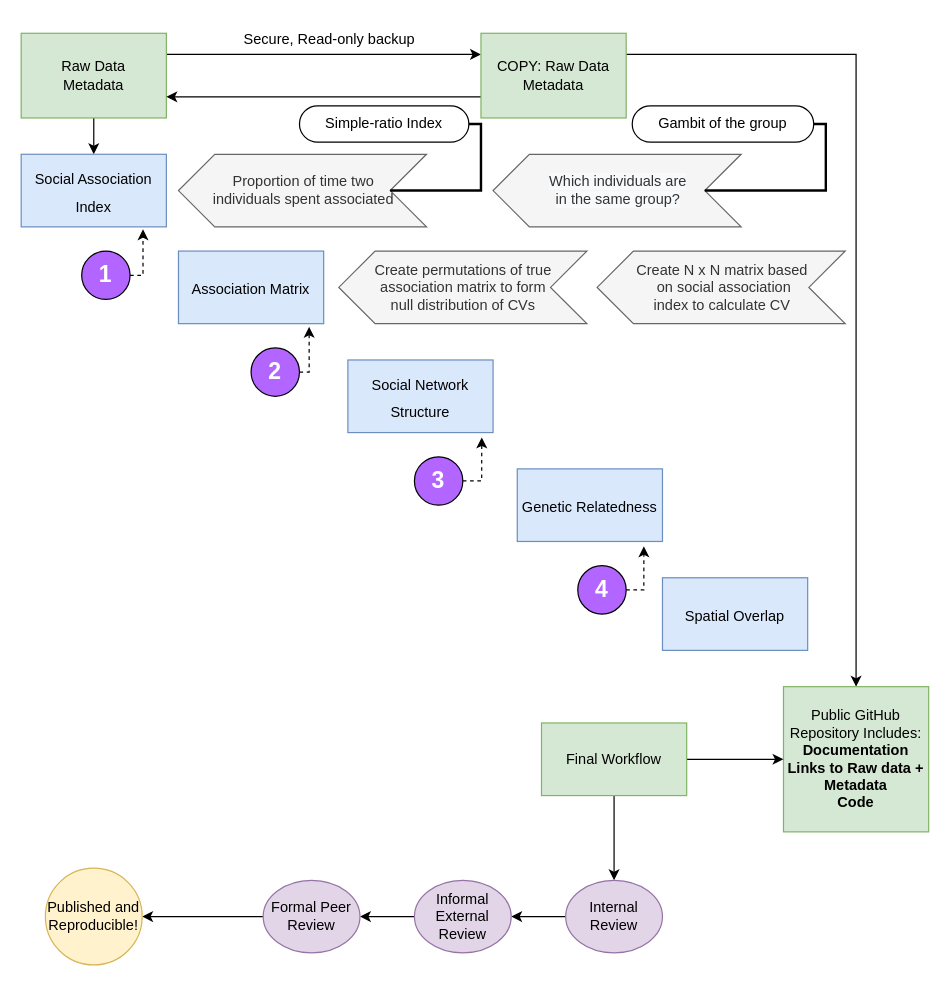
bankheak/Dolphins keeps this draw.io diagram as WorkFlowDiagram/WorkFlowDiagram.drawio. Above is the earlier version. Source tidied: cells renumbered, new cells numbered last; positions are measured from the earlier drawing's top-left corner, leaving out a move shared by most shapes. Both pictures are drawn from the tidied source at 121%, with x=0, y=0 at pixel (21, 21).
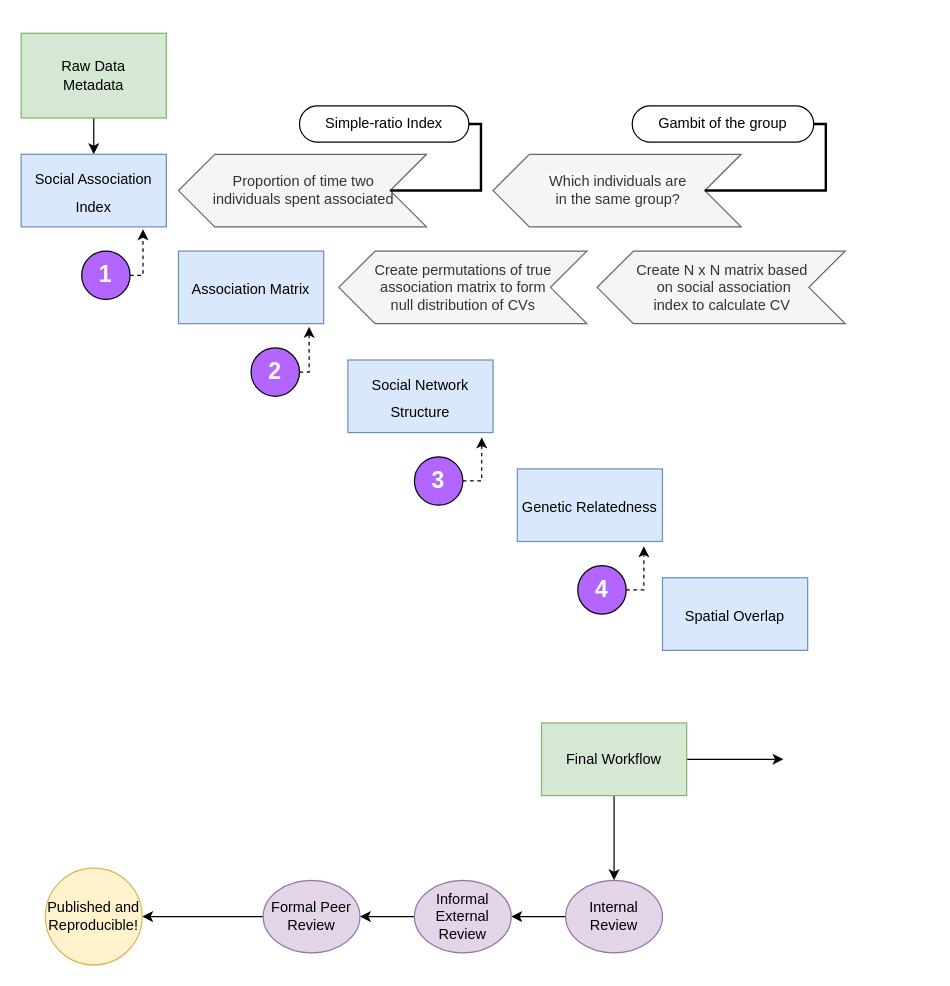
After the change.

Commit message:
get rid of raw data info

The change refers to these unchanged cells:
```xml
<mxCell id="4" value="Raw Data&lt;br&gt;Metadata" style="rounded=0;whiteSpace=wrap;html=1;fillColor=#d5e8d4;strokeColor=#82b366;" parent="1" vertex="1">
  <mxGeometry y="10" width="120" height="70" as="geometry" />
</mxCell>
<mxCell id="12" value="Final Workflow" style="rounded=0;whiteSpace=wrap;html=1;strokeColor=#82b366;fillColor=#d5e8d4;" parent="1" vertex="1">
  <mxGeometry x="430" y="580" width="120" height="60" as="geometry" />
</mxCell>
```

The edit, as a diff of the source:
```diff
@@
-    <mxCell id="2" style="edgeStyle=orthogonalEdgeStyle;rounded=0;jettySize=auto;html=1;exitX=1;exitY=0.25;exitDx=0;exitDy=0;entryX=0;entryY=0.25;entryDx=0;entryDy=0;" parent="1" edge="1" source="4" target="7">
-      <mxGeometry relative="1" as="geometry" />
-    </mxCell>
@@
-    <mxCell id="5" style="edgeStyle=orthogonalEdgeStyle;rounded=0;jettySize=auto;html=1;exitX=0;exitY=0.75;exitDx=0;exitDy=0;entryX=1;entryY=0.75;entryDx=0;entryDy=0;" parent="1" edge="1" source="7" target="4">
-      <mxGeometry relative="1" as="geometry" />
-    </mxCell>
-    <mxCell id="6" style="edgeStyle=orthogonalEdgeStyle;rounded=0;jettySize=auto;html=1;exitX=1;exitY=0.25;exitDx=0;exitDy=0;entryX=0.5;entryY=0;entryDx=0;entryDy=0;" parent="1" edge="1" source="7" target="9">
-      <mxGeometry relative="1" as="geometry" />
-    </mxCell>
-    <mxCell id="7" value="COPY: Raw Data&lt;br&gt;Metadata" style="rounded=0;whiteSpace=wrap;html=1;strokeColor=#82b366;fillColor=#d5e8d4;" parent="1" vertex="1">
-      <mxGeometry x="380" y="10" width="120" height="70" as="geometry" />
-    </mxCell>
-    <mxCell id="8" value="Secure, Read-only backup" style="text;html=1;strokeColor=none;fillColor=none;align=center;verticalAlign=middle;whiteSpace=wrap;rounded=0;" parent="1" vertex="1">
-      <mxGeometry x="160" width="190" height="30" as="geometry" />
-    </mxCell>
-    <mxCell id="9" value="Public GitHub Repository Includes:&lt;br&gt;&lt;b&gt;Documentation&lt;br&gt;Links to Raw data + Metadata&lt;br&gt;Code&lt;/b&gt;" style="rounded=0;whiteSpace=wrap;html=1;strokeColor=#82b366;fillColor=#d5e8d4;" parent="1" vertex="1">
-      <mxGeometry x="630" y="550" width="120" height="120" as="geometry" />
-    </mxCell>
-    <mxCell id="10" style="edgeStyle=orthogonalEdgeStyle;rounded=0;jettySize=auto;html=1;" parent="1" edge="1" source="12" target="9">
-      <mxGeometry relative="1" as="geometry" />
+    <mxCell id="10" style="edgeStyle=orthogonalEdgeStyle;rounded=0;jettySize=auto;html=1;" parent="1" edge="1" source="12">
+      <mxGeometry relative="1" as="geometry">
+        <mxPoint x="630" y="610" as="targetPoint" />
+      </mxGeometry>
     </mxCell>
```
